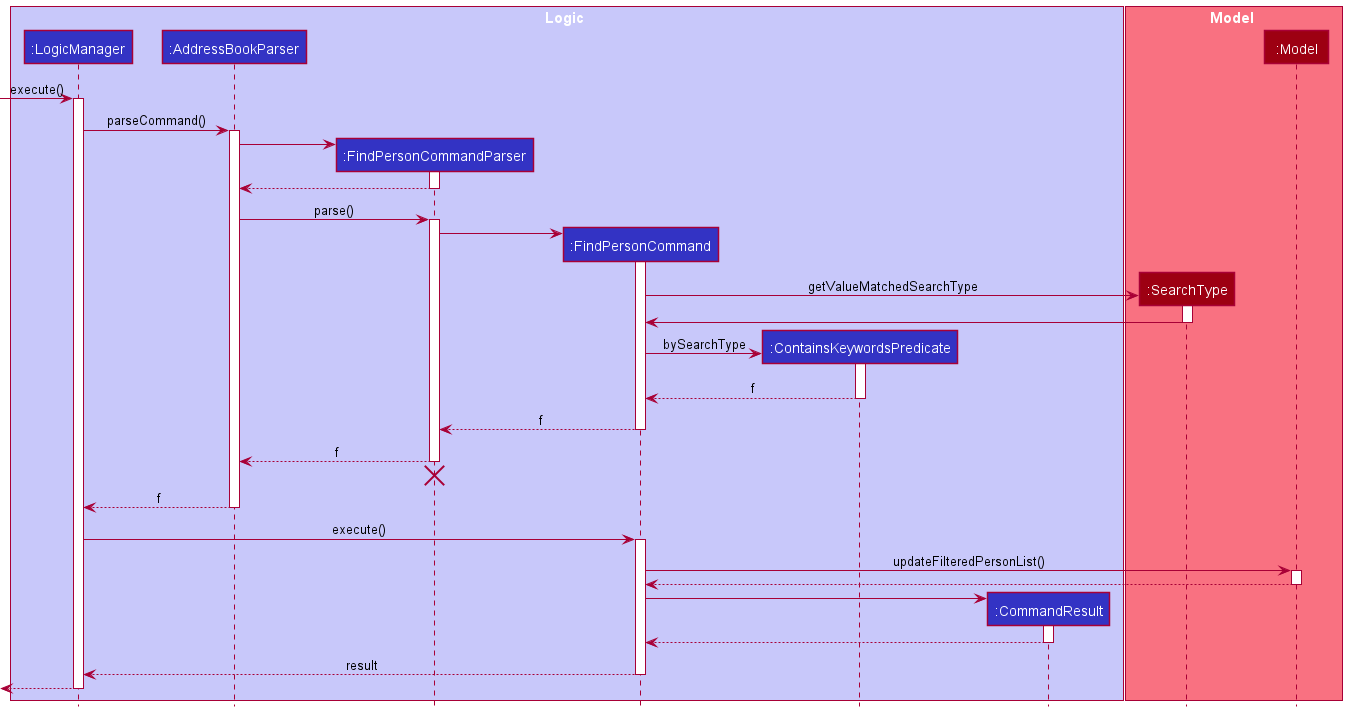
nus-cs2103-AY2122S2/tp keeps this PlantUML diagram as docs/images/FindCommandSequenceDiagram.png. Above is the earlier version.
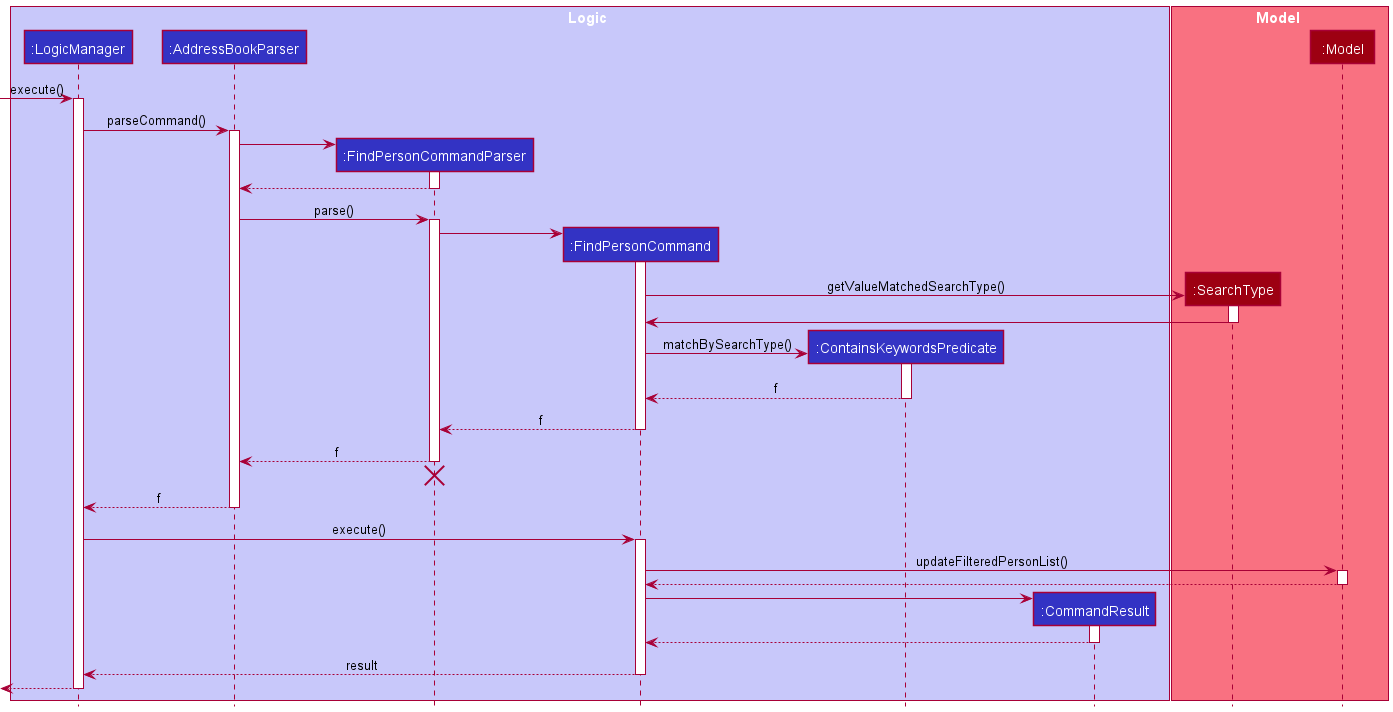
The same diagram one commit later.

Commit message:
Update DG and relevant diagram

What changed in the source:
```diff
@@ -36,13 +36,13 @@
 FindPersonCommandParser -> FindPersonCommand
 activate FindPersonCommand
 create SearchType
-FindPersonCommand -> SearchType: getValueMatchedSearchType
+FindPersonCommand -> SearchType: getValueMatchedSearchType()
 activate SearchType
 SearchType -> FindPersonCommand
 deactivate SearchType
 
 create ContainsKeywordsPredicate
-FindPersonCommand -> ContainsKeywordsPredicate: bySearchType
+FindPersonCommand -> ContainsKeywordsPredicate: matchBySearchType()
 activate ContainsKeywordsPredicate
 
 ContainsKeywordsPredicate --> FindPersonCommand : f
```
